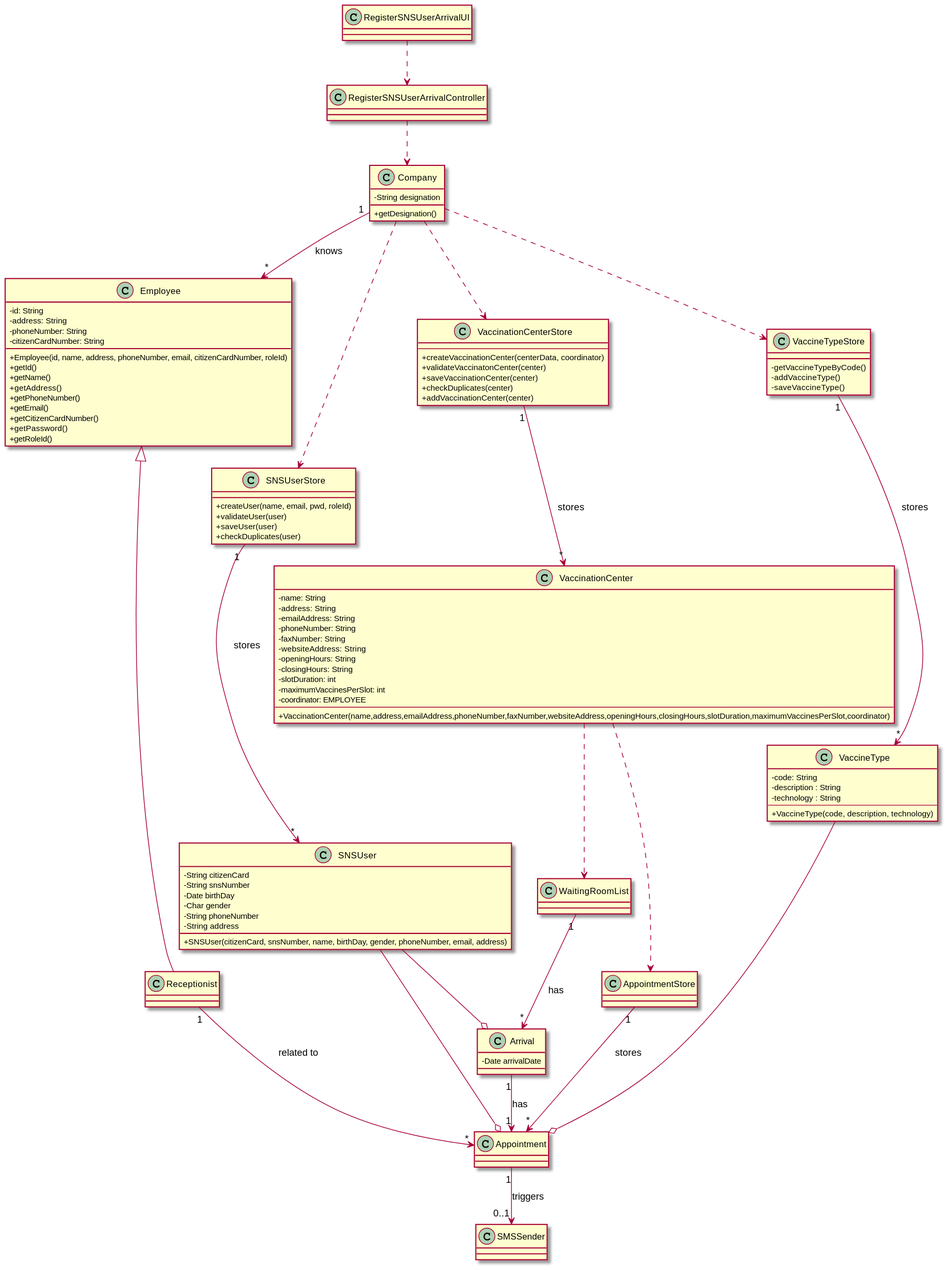
miseEnPlace-i/lapr2 keeps this PlantUML diagram as docs/SprintC/US04/CD/US04_CD.svg. Above is the earlier version.
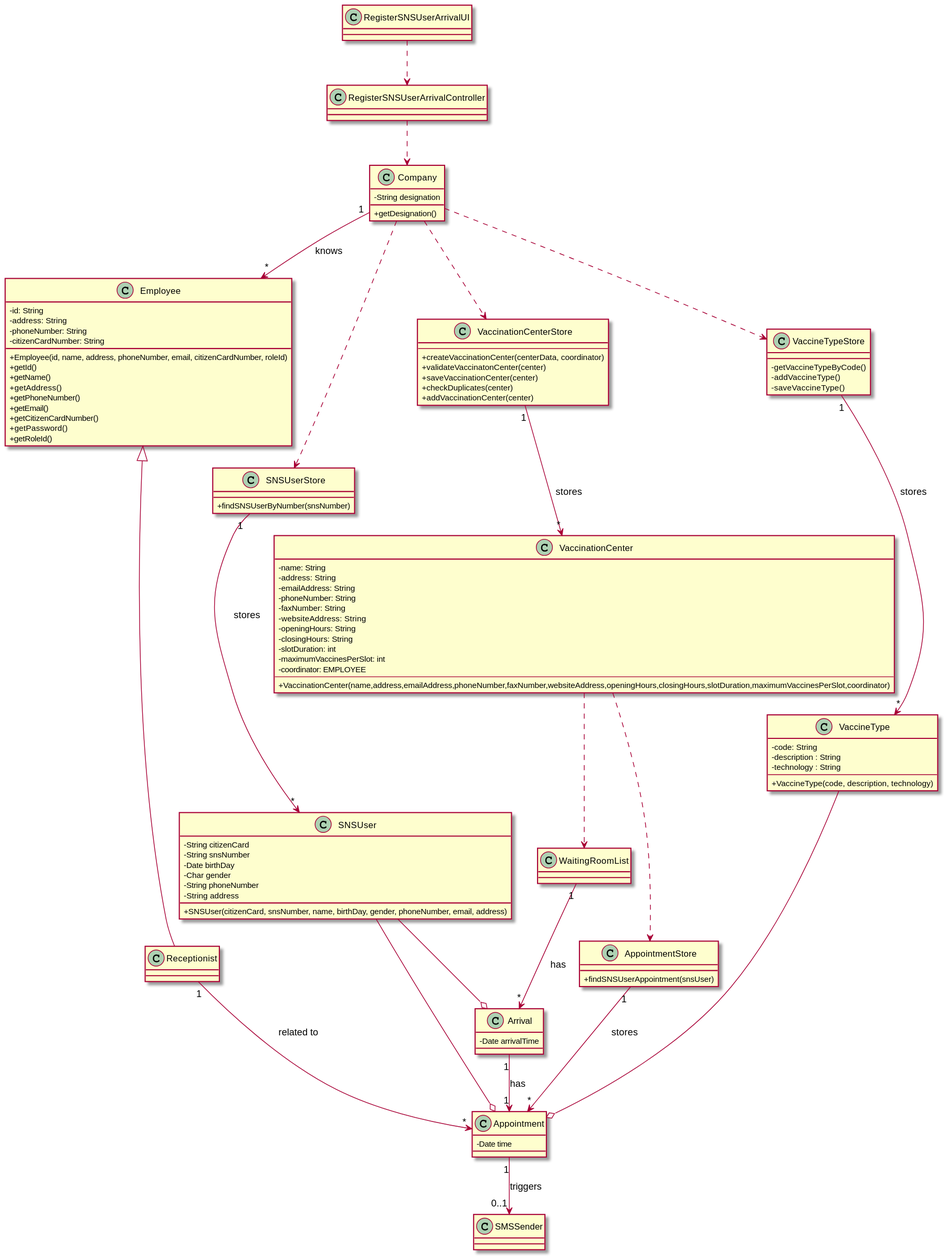
Above is the later version.

Change to the diagram source:
```diff
@@ -1,12 +1,16 @@
 @startuml US04_CD
 skinparam classAttributeIconSize 0
 
-class Appointment {}
+class Appointment {
+  - Date time
+}
 
-class AppointmentStore {}
+class AppointmentStore {
+  + findSNSUserAppointment(snsUser)
+}
 
 class Arrival {
-  - Date arrivalDate
+  - Date arrivalTime
 }
 
 class Company {
@@ -45,10 +49,7 @@
 }
 
 class SNSUserStore {
-  + createUser(name, email, pwd, roleId)
-  + validateUser(user)
-  + saveUser(user)
-  + checkDuplicates(user)
+  + findSNSUserByNumber(snsNumber)
 }
 
 
```
